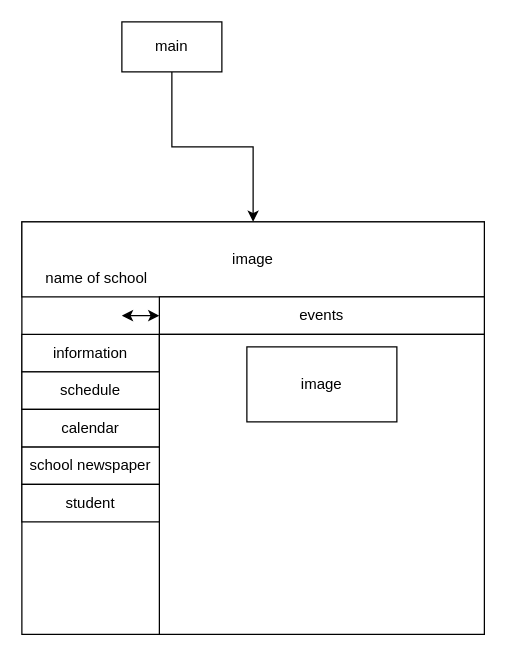
The draw.io diagram сайт школы.drawio in AdamDenis/programare-WEB, before the edit. Source tidied: cells renumbered, new cells numbered last; positions are measured from the earlier drawing's top-left corner, leaving out a move shared by most shapes. Both pictures are drawn from the tidied source at 125%, with x=0, y=0 at pixel (21, 21).
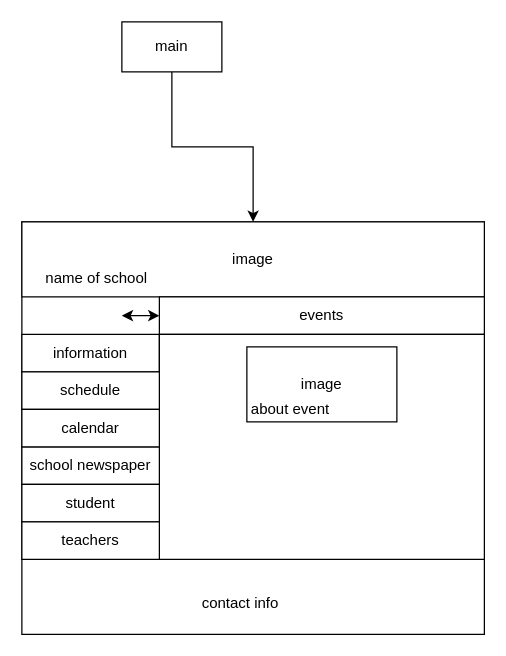
Above is the later version.

Change to the diagram source:
```diff
@@
     <mxCell id="9" style="rounded=0;whiteSpace=wrap;html=1;" parent="1" vertex="1">
-      <mxGeometry x="110" y="250" width="260" height="240" as="geometry" />
+      <mxGeometry x="110" y="250" width="260" height="180" as="geometry" />
     </mxCell>
@@
+    <mxCell id="18" value="teachers" style="rounded=0;whiteSpace=wrap;html=1;" parent="1" vertex="1">
+      <mxGeometry y="400" width="110" height="30" as="geometry" />
+    </mxCell>
+    <mxCell id="19" value="contact info" style="text;html=1;strokeColor=none;fillColor=none;align=center;verticalAlign=middle;whiteSpace=wrap;rounded=0;" parent="1" vertex="1">
+      <mxGeometry x="50" y="440" width="250" height="50" as="geometry" />
+    </mxCell>
+    <mxCell id="20" value="about event" style="text;html=1;strokeColor=none;fillColor=none;align=center;verticalAlign=middle;whiteSpace=wrap;rounded=0;" parent="1" vertex="1">
+      <mxGeometry x="180" y="300" width="70" height="20" as="geometry" />
+    </mxCell>
```
